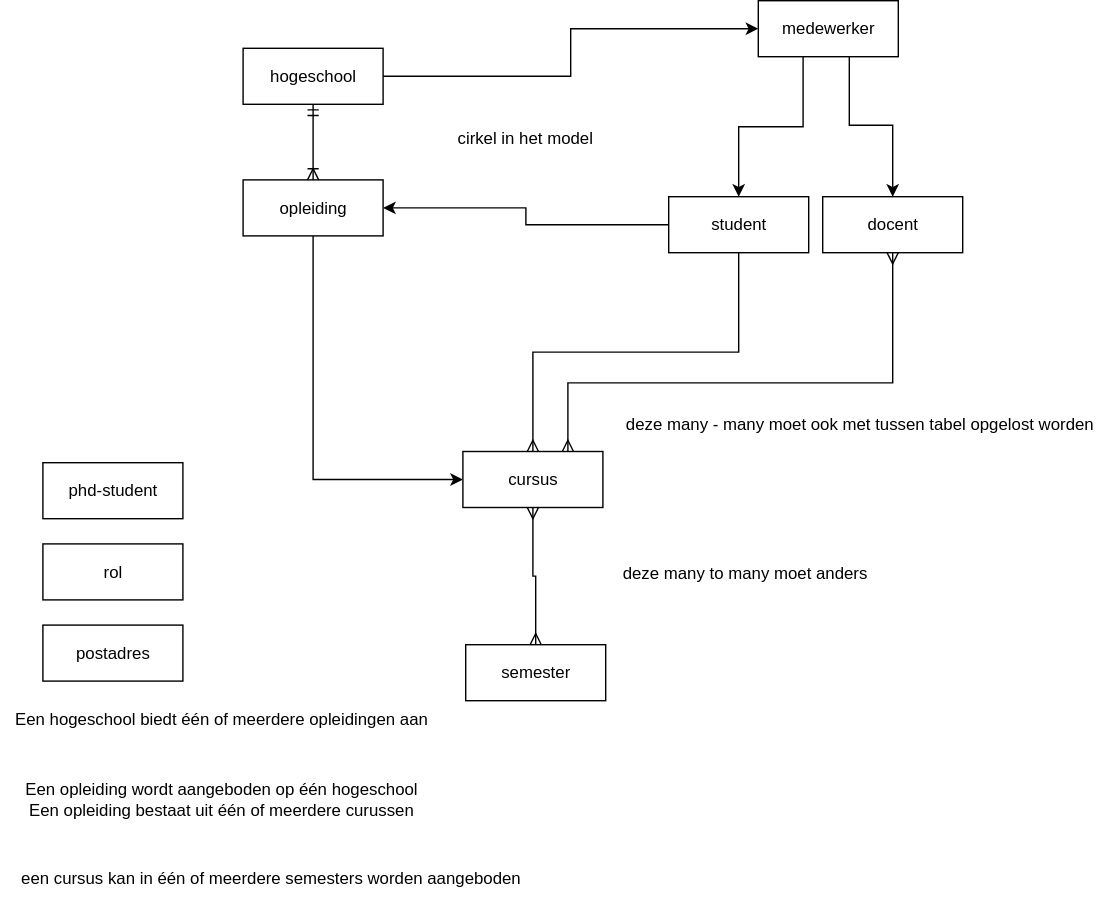
Jterveld/draw.io-modellen keeps this draw.io diagram as oefenen met schoolsystemen.svg. Above is the earlier version. Source tidied: cells renumbered, new cells last; positions are measured from the earlier drawing's top-left corner, leaving out a move shared by most shapes.
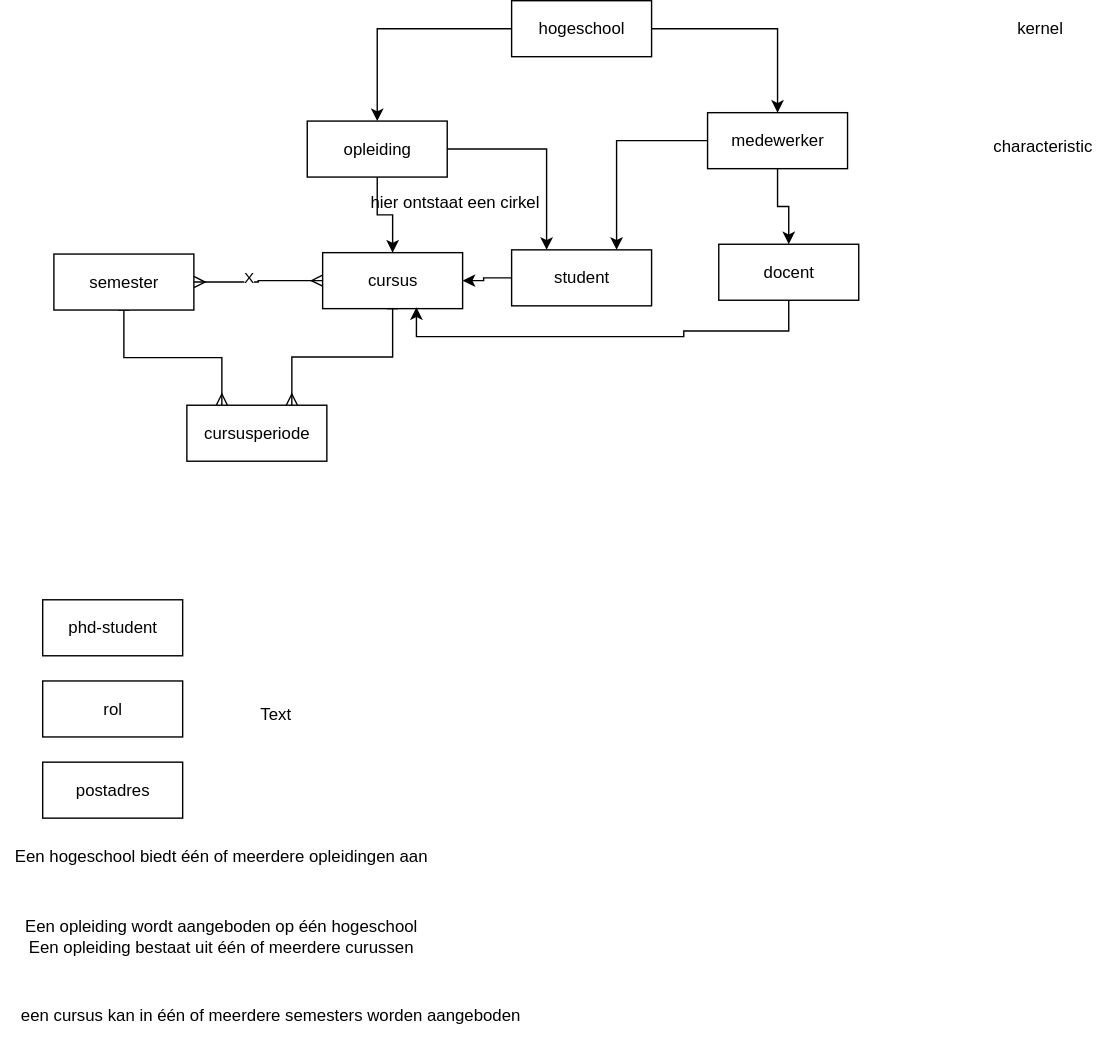
After the change.

What changed in the source:
```diff
@@ -2,65 +2,47 @@
   <root>
     <mxCell id="0" />
     <mxCell id="1" parent="0" />
-    <mxCell id="2" style="edgeStyle=orthogonalEdgeStyle;rounded=0;jettySize=auto;html=1;exitX=0.5;exitY=1;exitDx=0;exitDy=0;entryX=0;entryY=0.5;entryDx=0;entryDy=0;" parent="1" edge="1" source="3" target="11">
+    <mxCell id="2" style="edgeStyle=orthogonalEdgeStyle;rounded=0;jettySize=auto;html=1;" parent="1" edge="1" source="3" target="11">
       <mxGeometry relative="1" as="geometry" />
     </mxCell>
     <mxCell id="3" value="opleiding" style="whiteSpace=wrap;html=1;align=center;" parent="1" vertex="1">
-      <mxGeometry x="173" y="128" width="100" height="40" as="geometry" />
+      <mxGeometry x="219" y="-12" width="100" height="40" as="geometry" />
     </mxCell>
-    <mxCell id="4" style="edgeStyle=orthogonalEdgeStyle;rounded=0;jettySize=auto;html=1;endArrow=ERoneToMany;endFill=0;startArrow=ERmandOne;startFill=0;" parent="1" edge="1" source="6" target="3">
+    <mxCell id="4" style="edgeStyle=orthogonalEdgeStyle;rounded=0;jettySize=auto;html=1;" parent="1" edge="1" source="6" target="3">
       <mxGeometry relative="1" as="geometry" />
     </mxCell>
     <mxCell id="5" style="edgeStyle=orthogonalEdgeStyle;rounded=0;jettySize=auto;html=1;" parent="1" edge="1" source="6" target="16">
       <mxGeometry relative="1" as="geometry" />
     </mxCell>
     <mxCell id="6" value="hogeschool" style="whiteSpace=wrap;html=1;align=center;" parent="1" vertex="1">
-      <mxGeometry x="173" y="34" width="100" height="40" as="geometry" />
+      <mxGeometry x="365" y="-98" width="100" height="40" as="geometry" />
     </mxCell>
-    <mxCell id="7" style="edgeStyle=orthogonalEdgeStyle;rounded=0;jettySize=auto;html=1;endArrow=ERmany;endFill=0;exitX=0.5;exitY=1;exitDx=0;exitDy=0;" parent="1" edge="1" source="9" target="11">
+    <mxCell id="7" style="edgeStyle=orthogonalEdgeStyle;rounded=0;jettySize=auto;html=1;" parent="1" edge="1" source="9" target="11">
       <mxGeometry relative="1" as="geometry" />
     </mxCell>
-    <mxCell id="8" style="edgeStyle=orthogonalEdgeStyle;rounded=0;jettySize=auto;html=1;" parent="1" edge="1" source="9" target="3">
-      <mxGeometry relative="1" as="geometry" />
-    </mxCell>
     <mxCell id="9" value="student" style="whiteSpace=wrap;html=1;align=center;" parent="1" vertex="1">
-      <mxGeometry x="477" y="140" width="100" height="40" as="geometry" />
+      <mxGeometry x="365" y="80" width="100" height="40" as="geometry" />
     </mxCell>
     <mxCell id="10" style="edgeStyle=orthogonalEdgeStyle;rounded=0;jettySize=auto;html=1;endArrow=ERmany;endFill=0;startArrow=ERmany;startFill=0;" parent="1" edge="1" source="11" target="20">
       <mxGeometry relative="1" as="geometry" />
     </mxCell>
+    <mxCell id="27" value="X" style="edgeLabel;html=1;align=center;verticalAlign=middle;" parent="10" vertex="1">
+      <mxGeometry x="0.18" y="-4" relative="1" as="geometry" />
+    </mxCell>
+    <mxCell id="28" style="edgeStyle=orthogonalEdgeStyle;rounded=0;jettySize=auto;html=1;entryX=0.75;entryY=0;entryDx=0;entryDy=0;exitX=0.5;exitY=1;exitDx=0;exitDy=0;endArrow=ERmany;endFill=0;startArrow=baseDash;startFill=0;" parent="1" edge="1" source="11" target="30">
+      <mxGeometry relative="1" as="geometry" />
+    </mxCell>
     <mxCell id="11" value="cursus" style="whiteSpace=wrap;html=1;align=center;" parent="1" vertex="1">
-      <mxGeometry x="330" y="322" width="100" height="40" as="geometry" />
+      <mxGeometry x="230" y="82" width="100" height="40" as="geometry" />
     </mxCell>
-    <mxCell id="12" style="edgeStyle=orthogonalEdgeStyle;rounded=0;jettySize=auto;html=1;entryX=0.75;entryY=0;entryDx=0;entryDy=0;endArrow=ERmany;endFill=0;exitX=0.5;exitY=1;exitDx=0;exitDy=0;startArrow=ERmany;startFill=0;" parent="1" edge="1" source="13" target="11">
-      <mxGeometry relative="1" as="geometry">
-        <Array as="points">
-          <mxPoint x="637" y="273" />
-          <mxPoint x="405" y="273" />
-        </Array>
-      </mxGeometry>
-    </mxCell>
     <mxCell id="13" value="docent" style="whiteSpace=wrap;html=1;align=center;" parent="1" vertex="1">
-      <mxGeometry x="587" y="140" width="100" height="40" as="geometry" />
+      <mxGeometry x="513" y="76" width="100" height="40" as="geometry" />
     </mxCell>
-    <mxCell id="14" style="edgeStyle=orthogonalEdgeStyle;rounded=0;jettySize=auto;html=1;" parent="1" edge="1" source="16" target="9">
-      <mxGeometry relative="1" as="geometry">
-        <Array as="points">
-          <mxPoint x="573" y="90" />
-          <mxPoint x="527" y="90" />
-        </Array>
-      </mxGeometry>
-    </mxCell>
     <mxCell id="15" style="edgeStyle=orthogonalEdgeStyle;rounded=0;jettySize=auto;html=1;" parent="1" edge="1" source="16" target="13">
-      <mxGeometry relative="1" as="geometry">
-        <Array as="points">
-          <mxPoint x="606" y="89" />
-          <mxPoint x="637" y="89" />
-        </Array>
-      </mxGeometry>
+      <mxGeometry relative="1" as="geometry" />
     </mxCell>
     <mxCell id="16" value="medewerker" style="whiteSpace=wrap;html=1;align=center;" parent="1" vertex="1">
-      <mxGeometry x="541" width="100" height="40" as="geometry" />
+      <mxGeometry x="505" y="-18" width="100" height="40" as="geometry" />
     </mxCell>
     <mxCell id="17" value="phd-student" style="whiteSpace=wrap;html=1;align=center;" parent="1" vertex="1">
       <mxGeometry x="30" y="330" width="100" height="40" as="geometry" />
@@ -71,8 +53,11 @@
     <mxCell id="19" value="postadres" style="whiteSpace=wrap;html=1;align=center;" parent="1" vertex="1">
       <mxGeometry x="30" y="446" width="100" height="40" as="geometry" />
     </mxCell>
+    <mxCell id="29" style="edgeStyle=orthogonalEdgeStyle;rounded=0;jettySize=auto;html=1;entryX=0.25;entryY=0;entryDx=0;entryDy=0;endArrow=ERmany;endFill=0;startArrow=baseDash;startFill=0;" parent="1" edge="1" source="20" target="30">
+      <mxGeometry relative="1" as="geometry" />
+    </mxCell>
     <mxCell id="20" value="semester" style="whiteSpace=wrap;html=1;align=center;" parent="1" vertex="1">
-      <mxGeometry x="332" y="460" width="100" height="40" as="geometry" />
+      <mxGeometry x="38" y="83" width="100" height="40" as="geometry" />
     </mxCell>
     <mxCell id="21" value="Een hogeschool biedt één of meerdere opleidingen aan" style="text;html=1;align=center;verticalAlign=middle;strokeColor=none;fillColor=none;" parent="1" vertex="1">
       <mxGeometry y="500" width="313" height="26" as="geometry" />
@@ -83,14 +68,36 @@
     <mxCell id="23" value="een cursus kan in één of meerdere semesters worden aangeboden&amp;nbsp;&lt;div&gt;&lt;br&gt;&lt;/div&gt;" style="text;html=1;align=center;verticalAlign=middle;strokeColor=none;fillColor=none;" parent="1" vertex="1">
       <mxGeometry x="5" y="613" width="378" height="41" as="geometry" />
     </mxCell>
-    <mxCell id="24" value="deze many to many moet anders" style="text;html=1;align=center;verticalAlign=middle;strokeColor=none;fillColor=none;" parent="1" vertex="1">
-      <mxGeometry x="434" y="396" width="193" height="26" as="geometry" />
-    </mxCell>
-    <mxCell id="25" value="cirkel in het model" style="text;html=1;align=center;verticalAlign=middle;strokeColor=none;fillColor=none;" parent="1" vertex="1">
-      <mxGeometry x="316" y="85" width="115" height="26" as="geometry" />
-    </mxCell>
-    <mxCell id="26" value="deze many - many moet ook met tussen tabel opgelost worden" style="text;html=1;align=center;verticalAlign=middle;strokeColor=none;fillColor=none;" parent="1" vertex="1">
-      <mxGeometry x="437" y="290" width="352" height="26" as="geometry" />
-    </mxCell>
+    <mxCell id="30" value="cursusperiode" style="whiteSpace=wrap;html=1;align=center;" parent="1" vertex="1">
+      <mxGeometry x="133" y="191" width="100" height="40" as="geometry" />
+    </mxCell>
+    <mxCell id="31" value="kernel" style="text;html=1;align=center;verticalAlign=middle;strokeColor=none;fillColor=none;" parent="1" vertex="1">
+      <mxGeometry x="716" y="-91" width="51" height="26" as="geometry" />
+    </mxCell>
+    <mxCell id="32" value="characteristic" style="text;html=1;align=center;verticalAlign=middle;strokeColor=none;fillColor=none;" parent="1" vertex="1">
+      <mxGeometry x="699" y="-7" width="89" height="26" as="geometry" />
+    </mxCell>
+    <mxCell id="33" value="Text" style="text;html=1;align=center;verticalAlign=middle;strokeColor=none;fillColor=none;" parent="1" vertex="1">
+      <mxGeometry x="176" y="399" width="40" height="26" as="geometry" />
+    </mxCell>
+    <mxCell id="34" style="edgeStyle=orthogonalEdgeStyle;rounded=0;jettySize=auto;html=1;entryX=0.25;entryY=0;entryDx=0;entryDy=0;" parent="1" edge="1" source="3" target="9">
+      <mxGeometry relative="1" as="geometry" />
+    </mxCell>
+    <mxCell id="14" style="edgeStyle=orthogonalEdgeStyle;rounded=0;jettySize=auto;html=1;entryX=0.75;entryY=0;entryDx=0;entryDy=0;" parent="1" edge="1" source="16" target="9">
+      <mxGeometry relative="1" as="geometry" />
+    </mxCell>
+    <mxCell id="35" value="hier ontstaat een cirkel" style="text;html=1;align=center;verticalAlign=middle;strokeColor=none;fillColor=none;" parent="1" vertex="1">
+      <mxGeometry x="254" y="33" width="139" height="26" as="geometry" />
+    </mxCell>
+    <mxCell id="12" style="edgeStyle=orthogonalEdgeStyle;rounded=0;jettySize=auto;html=1;entryX=0.67;entryY=0.975;entryDx=0;entryDy=0;entryPerimeter=0;exitX=0.5;exitY=1;exitDx=0;exitDy=0;" parent="1" edge="1" source="13" target="11">
+      <mxGeometry relative="1" as="geometry">
+        <Array as="points">
+          <mxPoint x="563" y="138" />
+          <mxPoint x="488" y="138" />
+          <mxPoint x="488" y="142" />
+          <mxPoint x="297" y="142" />
+        </Array>
+      </mxGeometry>
+    </mxCell>
   </root>
 </mxGraphModel>
```
